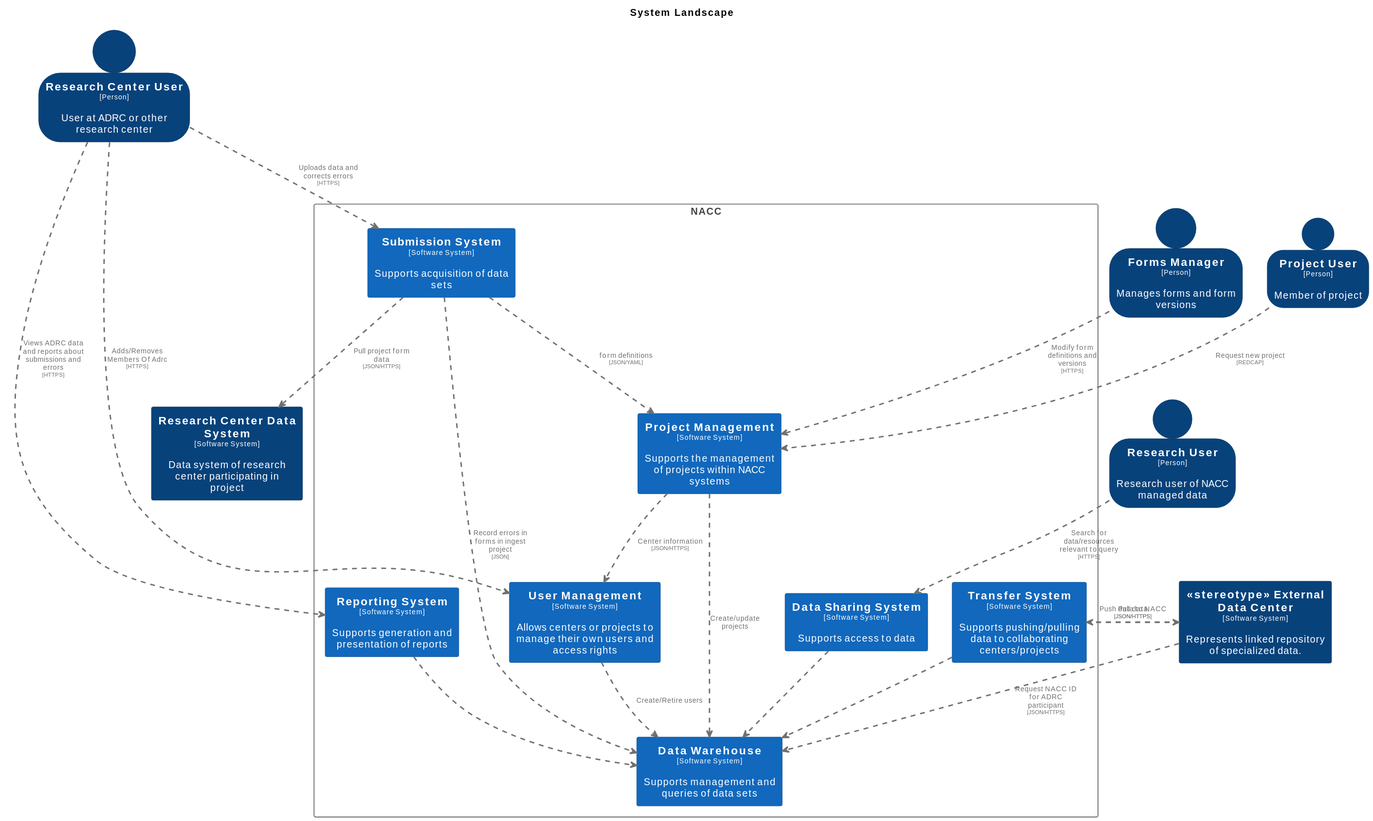
Above: docs/images/structurizr-GeneralizedSystemLandscape.svg in naccdata/system-design (PlantUML), before the change.
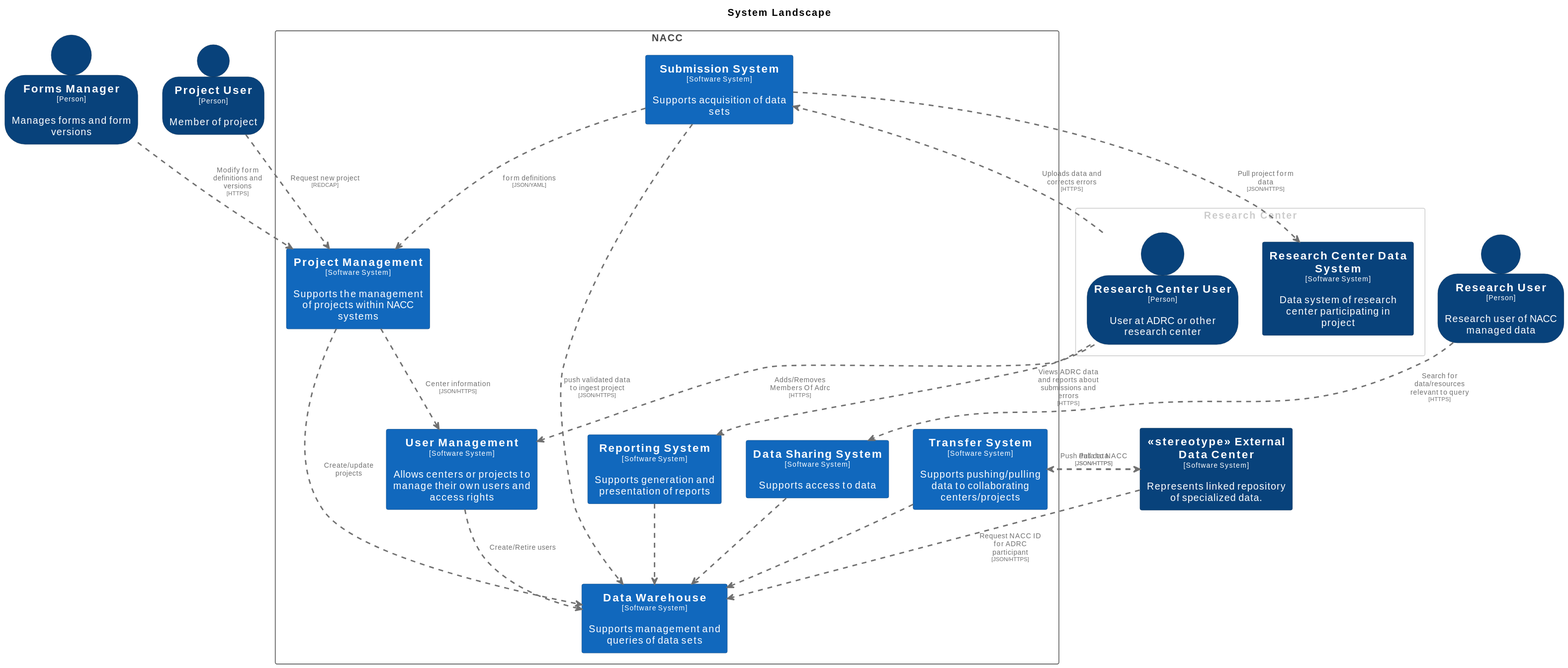
Later version of the same file.

The edit, as a diff of the source:
```diff
@@ -84,38 +84,44 @@
   skinparam RectangleBorderColor<<enterprise>> #444444
   skinparam RectangleFontColor<<enterprise>> #444444
 
-  rectangle "==Reporting System\n<size:10>[Software System]</size>\n\nSupports generation and presentation of reports" <<ReportingSystem>> as ReportingSystem
   rectangle "==Data Sharing System\n<size:10>[Software System]</size>\n\nSupports access to data" <<DataSharingSystem>> as DataSharingSystem
   rectangle "==Data Warehouse\n<size:10>[Software System]</size>\n\nSupports management and queries of data sets" <<DataWarehouse>> as DataWarehouse
   rectangle "==User Management\n<size:10>[Software System]</size>\n\nAllows centers or projects to manage their own users and access rights" <<UserManagement>> as UserManagement
   rectangle "==Project Management\n<size:10>[Software System]</size>\n\nSupports the management of projects within NACC systems" <<ProjectManagement>> as ProjectManagement
   rectangle "==Submission System\n<size:10>[Software System]</size>\n\nSupports acquisition of data sets" <<SubmissionSystem>> as SubmissionSystem
   rectangle "==Transfer System\n<size:10>[Software System]</size>\n\nSupports pushing/pulling data to collaborating centers/projects" <<TransferSystem>> as TransferSystem
+  rectangle "==Reporting System\n<size:10>[Software System]</size>\n\nSupports generation and presentation of reports" <<ReportingSystem>> as ReportingSystem
 }
 
-person "==Research Center User\n<size:10>[Person]</size>\n\nUser at ADRC or other research center" <<ResearchCenterUser>> as ResearchCenterUser
+rectangle "Research Center" <<group1>> {
+  skinparam RectangleBorderColor<<group1>> #cccccc
+  skinparam RectangleFontColor<<group1>> #cccccc
+
+  person "==Research Center User\n<size:10>[Person]</size>\n\nUser at ADRC or other research center" <<ResearchCenterUser>> as ResearchCenterUser
+  rectangle "==Research Center Data System\n<size:10>[Software System]</size>\n\nData system of research center participating in project" <<ResearchCenterDataSystem>> as ResearchCenterDataSystem
+}
+
 person "==Project User\n<size:10>[Person]</size>\n\nMember of project" <<ProjectUser>> as ProjectUser
 person "==Forms Manager\n<size:10>[Person]</size>\n\nManages forms and form versions" <<FormsManager>> as FormsManager
 person "==Research User\n<size:10>[Person]</size>\n\nResearch user of NACC managed data" <<ResearchUser>> as ResearchUser
 rectangle "==<<stereotype>> External Data Center\n<size:10>[Software System]</size>\n\nRepresents linked repository of specialized data." <<stereotypeExternalDataCenter>> as stereotypeExternalDataCenter
-rectangle "==Research Center Data System\n<size:10>[Software System]</size>\n\nData system of research center participating in project" <<ResearchCenterDataSystem>> as ResearchCenterDataSystem
 
 ReportingSystem .[#707070,thickness=2].> DataWarehouse : "<color:#707070>"
 DataSharingSystem .[#707070,thickness=2].> DataWarehouse : "<color:#707070>"
 ResearchCenterUser .[#707070,thickness=2].> UserManagement : "<color:#707070>Adds/Removes Members Of Adrc\n<color:#707070><size:8>[HTTPS]</size>"
 ResearchCenterUser .[#707070,thickness=2].> ReportingSystem : "<color:#707070>Views ADRC data and reports about submissions and errors\n<color:#707070><size:8>[HTTPS]</size>"
 ResearchCenterUser .[#707070,thickness=2].> SubmissionSystem : "<color:#707070>Uploads data and corrects errors\n<color:#707070><size:8>[HTTPS]</size>"
+SubmissionSystem .[#707070,thickness=2].> ResearchCenterDataSystem : "<color:#707070>Pull project form data\n<color:#707070><size:8>[JSON/HTTPS]</size>"
 ProjectUser .[#707070,thickness=2].> ProjectManagement : "<color:#707070>Request new project\n<color:#707070><size:8>[REDCAP]</size>"
 FormsManager .[#707070,thickness=2].> ProjectManagement : "<color:#707070>Modify form definitions and versions\n<color:#707070><size:8>[HTTPS]</size>"
 ResearchUser .[#707070,thickness=2].> DataSharingSystem : "<color:#707070>Search for data/resources relevant to query\n<color:#707070><size:8>[HTTPS]</size>"
 stereotypeExternalDataCenter .[#707070,thickness=2].> DataWarehouse : "<color:#707070>Request NACC ID for ADRC participant\n<color:#707070><size:8>[JSON/HTTPS]</size>"
 stereotypeExternalDataCenter .[#707070,thickness=2].> TransferSystem : "<color:#707070>Push data to NACC\n<color:#707070><size:8>[JSON/HTTPS]</size>"
 TransferSystem .[#707070,thickness=2].> stereotypeExternalDataCenter : "<color:#707070>Pull data\n<color:#707070><size:8>[JSON/HTTPS]</size>"
-SubmissionSystem .[#707070,thickness=2].> ResearchCenterDataSystem : "<color:#707070>Pull project form data\n<color:#707070><size:8>[JSON/HTTPS]</size>"
 UserManagement .[#707070,thickness=2].> DataWarehouse : "<color:#707070>Create/Retire users"
 ProjectManagement .[#707070,thickness=2].> UserManagement : "<color:#707070>Center information\n<color:#707070><size:8>[JSON/HTTPS]</size>"
 ProjectManagement .[#707070,thickness=2].> DataWarehouse : "<color:#707070>Create/update projects"
-SubmissionSystem .[#707070,thickness=2].> DataWarehouse : "<color:#707070>Record errors in forms in ingest project\n<color:#707070><size:8>[JSON]</size>"
 SubmissionSystem .[#707070,thickness=2].> ProjectManagement : "<color:#707070>form definitions\n<color:#707070><size:8>[JSON/YAML]</size>"
+SubmissionSystem .[#707070,thickness=2].> DataWarehouse : "<color:#707070>push validated data to ingest project\n<color:#707070><size:8>[JSON/HTTPS]</size>"
 TransferSystem .[#707070,thickness=2].> DataWarehouse : "<color:#707070>"
 @enduml
```
